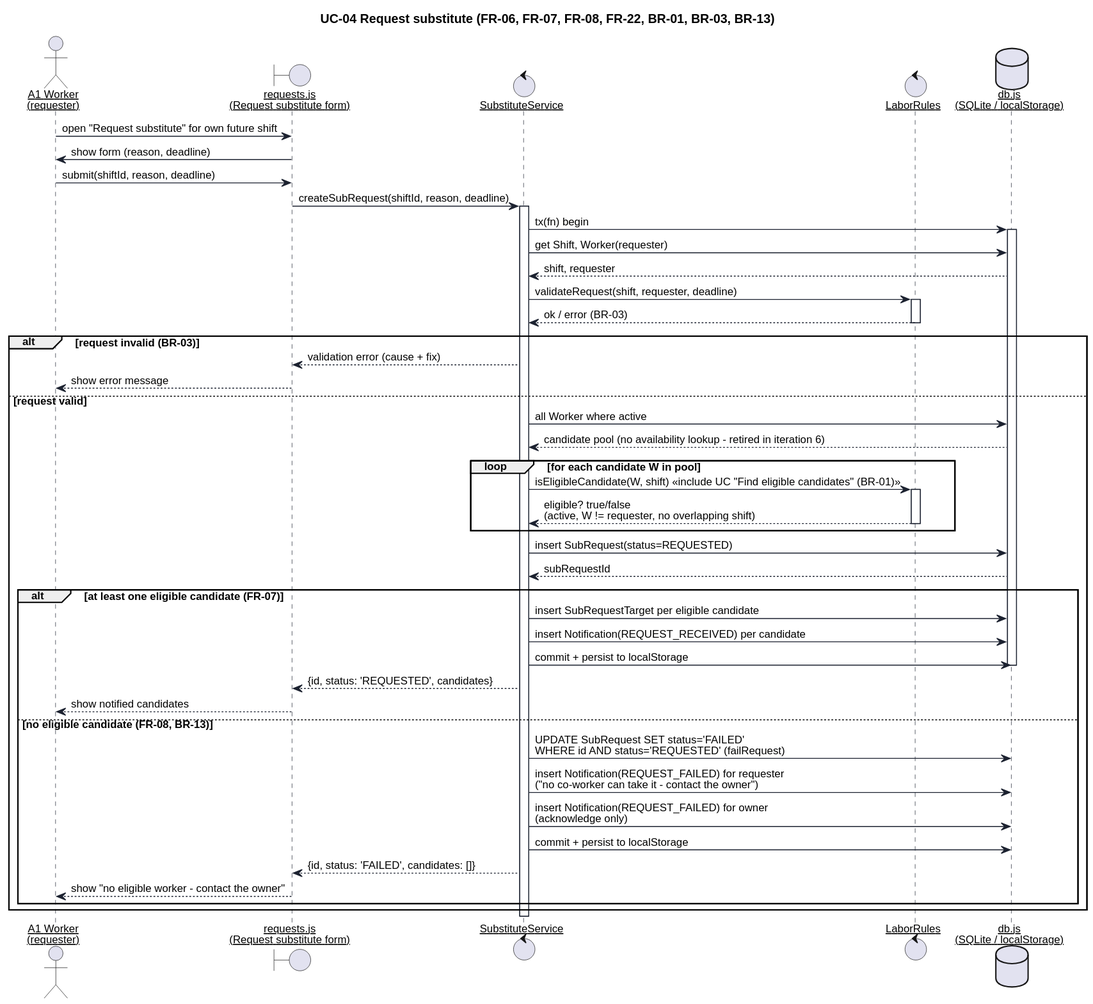
Earlier version of the PlantUML export uml/seq-1-request.svg (keemlogan/shiftswap).
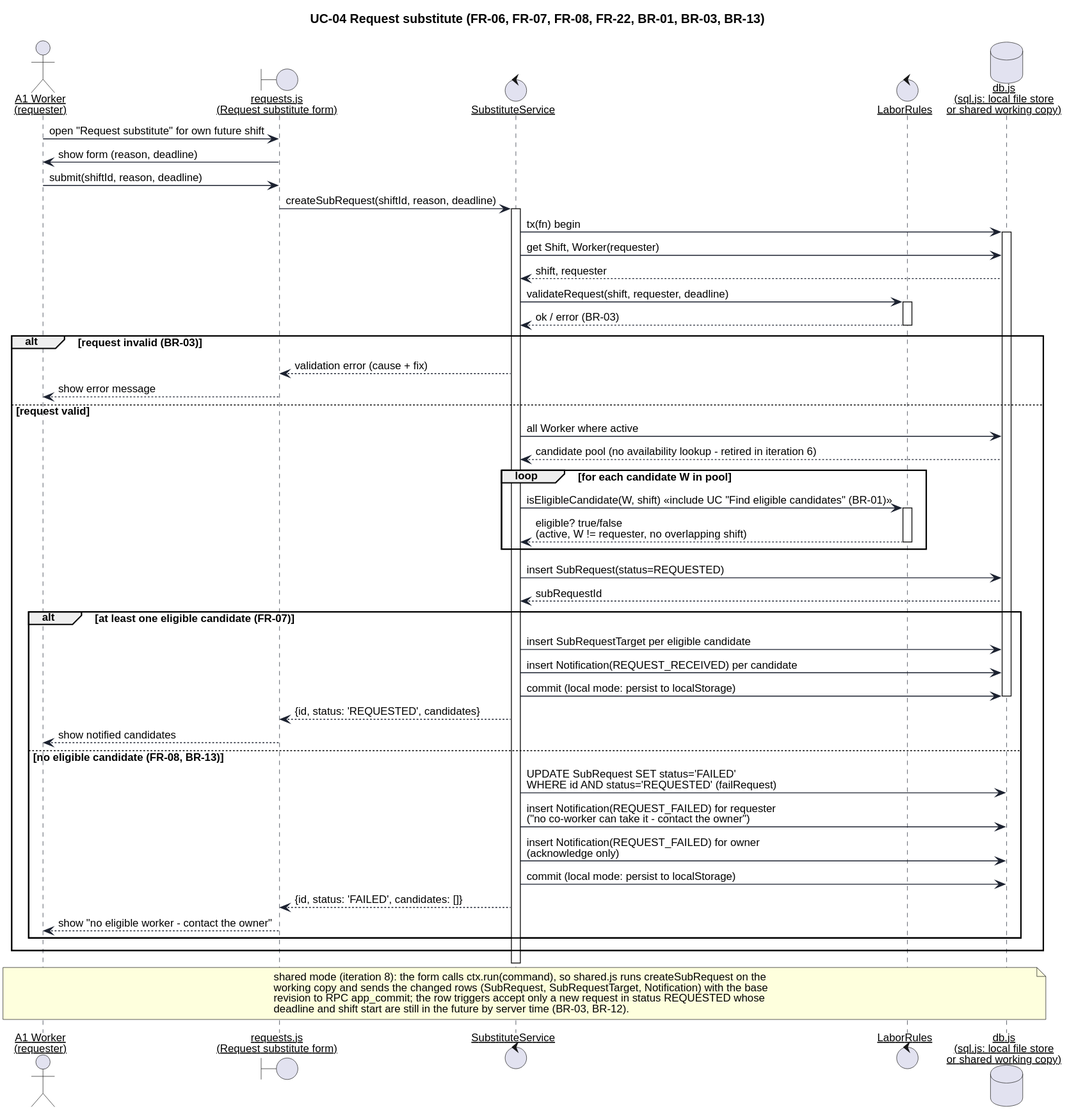
Above is the later version.

What changed in the source:
```diff
@@ -21,7 +21,7 @@
 boundary "requests.js\n(Request substitute form)" as UI
 control "SubstituteService" as Svc
 control "LaborRules" as Rules
-database "db.js\n(SQLite / localStorage)" as DB
+database "db.js\n(sql.js: local file store\nor shared working copy)" as DB
 
 Worker -> UI : open "Request substitute" for own future shift
 UI -> Worker : show form (reason, deadline)
@@ -59,7 +59,7 @@
   alt at least one eligible candidate (FR-07)
     Svc -> DB : insert SubRequestTarget per eligible candidate
     Svc -> DB : insert Notification(REQUEST_RECEIVED) per candidate
-    Svc -> DB : commit + persist to localStorage
+    Svc -> DB : commit (local mode: persist to localStorage)
     deactivate DB
     Svc --> UI : {id, status: 'REQUESTED', candidates}
     UI --> Worker : show notified candidates
@@ -67,11 +67,18 @@
     Svc -> DB : UPDATE SubRequest SET status='FAILED'\nWHERE id AND status='REQUESTED' (failRequest)
     Svc -> DB : insert Notification(REQUEST_FAILED) for requester\n("no co-worker can take it - contact the owner")
     Svc -> DB : insert Notification(REQUEST_FAILED) for owner\n(acknowledge only)
-    Svc -> DB : commit + persist to localStorage
+    Svc -> DB : commit (local mode: persist to localStorage)
     deactivate DB
     Svc --> UI : {id, status: 'FAILED', candidates: []}
     UI --> Worker : show "no eligible worker - contact the owner"
   end
 end
 deactivate Svc
+
+note over Worker, DB
+  shared mode (iteration 8): the form calls ctx.run(command), so shared.js runs createSubRequest on the
+  working copy and sends the changed rows (SubRequest, SubRequestTarget, Notification) with the base
+  revision to RPC app_commit; the row triggers accept only a new request in status REQUESTED whose
+  deadline and shift start are still in the future by server time (BR-03, BR-12).
+end note
 @enduml
```
